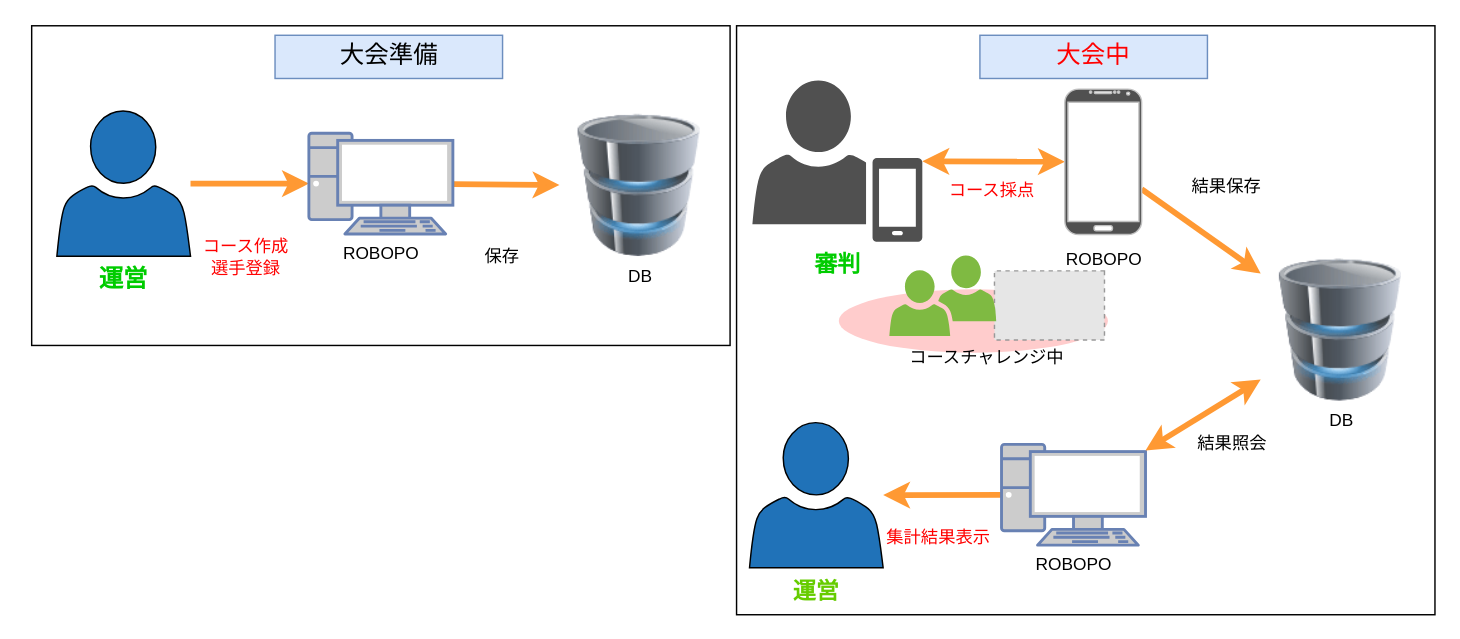
Earlier version of the draw.io diagram system.drawio (kazutan1230/docs). Source tidied: cells renumbered, new cells numbered last; positions are measured from the earlier drawing's top-left corner, leaving out a move shared by most shapes. Both pictures are drawn from the tidied source at 144%, with x=0, y=0 at pixel (32, 24). Pictures stored in the file or linked from it are replaced by grey dashed boxes.
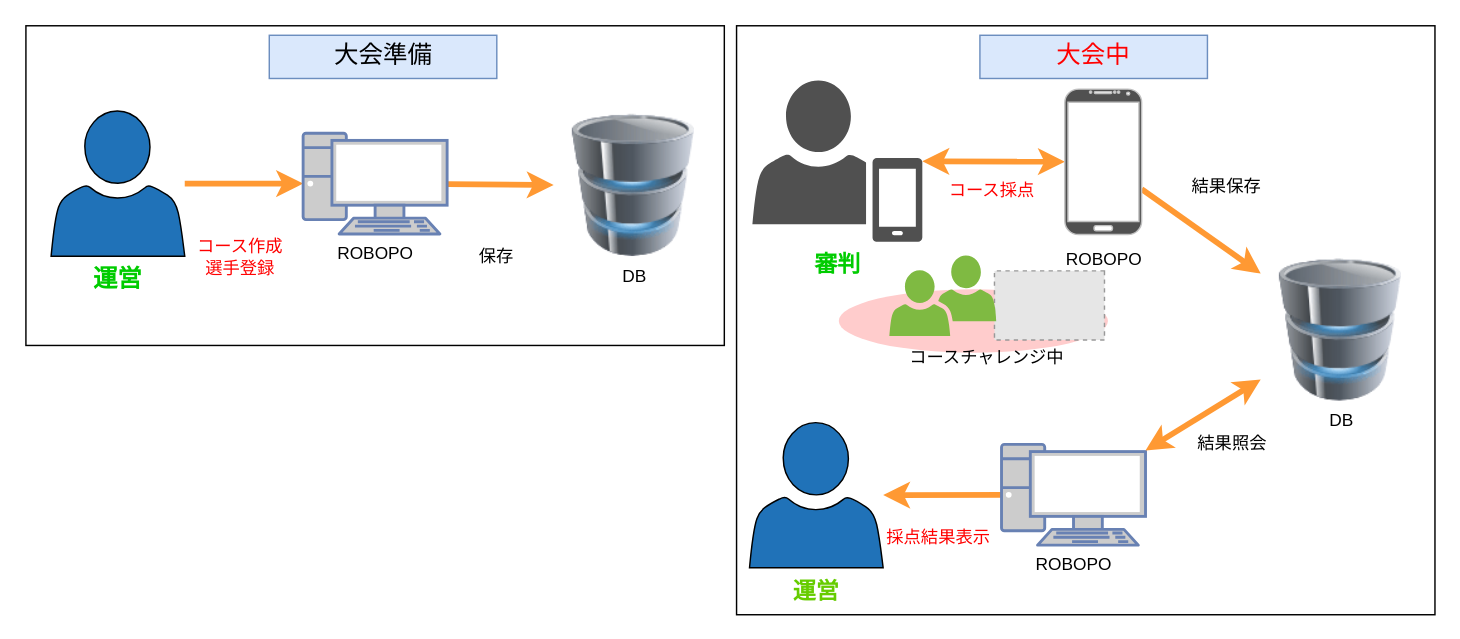
The same page after the edit.

Commit message:
コード変更の目的を明確にするためのコミットメッセージを作成しました

Change to the diagram source:
```diff
@@
     <mxCell id="3" style="rounded=0;whiteSpace=wrap;html=1;" parent="1" vertex="1">
-      <mxGeometry x="-0.5" y="0.4" width="485" height="222" as="geometry" />
+      <mxGeometry x="-4.5" y="0.4" width="485" height="222" as="geometry" />
     </mxCell>
     <mxCell id="4" style="edgeStyle=orthogonalEdgeStyle;rounded=0;orthogonalLoop=1;jettySize=auto;html=1;exitX=0.5;exitY=1;exitDx=0;exitDy=0;" parent="1" edge="1">
       <mxGeometry relative="1" as="geometry">
-        <mxPoint x="646.5" y="21.9" as="sourcePoint" />
-        <mxPoint x="646.5" y="21.9" as="targetPoint" />
+        <mxPoint x="642.5" y="21.9" as="sourcePoint" />
+        <mxPoint x="642.5" y="21.9" as="targetPoint" />
       </mxGeometry>
     </mxCell>
@@
     <mxCell id="7" value="&lt;b&gt;&lt;font color=&quot;#00cc00&quot; style=&quot;font-size: 17px;&quot;&gt;運営&lt;/font&gt;&lt;/b&gt;" style="sketch=0;shadow=0;dashed=0;html=1;strokeColor=default;labelPosition=center;verticalLabelPosition=bottom;verticalAlign=top;outlineConnect=0;align=center;shape=mxgraph.office.users.user;fillColor=#2072B8;fontFamily=Helvetica;fontSize=12;fontColor=default;fillStyle=auto;" parent="1" vertex="1">
-      <mxGeometry x="17" y="59.6" width="92.8" height="100.8" as="geometry" />
+      <mxGeometry x="13" y="59.6" width="92.8" height="100.8" as="geometry" />
     </mxCell>
@@
     <mxCell id="9" value="&lt;font color=&quot;#000000&quot;&gt;ROBOPO&lt;/font&gt;" style="fontColor=#0066CC;verticalAlign=top;verticalLabelPosition=bottom;labelPosition=center;align=center;html=1;outlineConnect=0;fillColor=#CCCCCC;strokeColor=#6881B3;gradientColor=none;gradientDirection=north;strokeWidth=2;shape=mxgraph.networks.pc;" parent="1" vertex="1">
-      <mxGeometry x="192" y="75" width="100" height="70" as="geometry" />
+      <mxGeometry x="188" y="75" width="100" height="70" as="geometry" />
     </mxCell>
     <mxCell id="10" value="大会準備" style="text;html=1;align=center;verticalAlign=middle;whiteSpace=wrap;rounded=0;fillColor=#dae8fc;strokeColor=#6c8ebf;fontSize=17;fontColor=#000000;" parent="1" vertex="1">
-      <mxGeometry x="168.5" y="7" width="158" height="30" as="geometry" />
+      <mxGeometry x="164.5" y="7" width="158" height="30" as="geometry" />
     </mxCell>
     <mxCell id="11" value="&lt;font color=&quot;#ff0000&quot;&gt;コース作成&lt;br&gt;選手登録&lt;/font&gt;" style="text;html=1;strokeColor=none;fillColor=none;align=center;verticalAlign=middle;whiteSpace=wrap;rounded=0;" parent="1" vertex="1">
-      <mxGeometry x="103.1" y="125" width="91" height="72" as="geometry" />
+      <mxGeometry x="99.1" y="125" width="91" height="72" as="geometry" />
     </mxCell>
     <mxCell id="12" value="DB" style="image;html=1;image=img/lib/clip_art/computers/Database_128x128.png;" parent="1" vertex="1">
-      <mxGeometry x="366" y="62" width="111" height="98.8" as="geometry" />
+      <mxGeometry x="362" y="62" width="111" height="98.8" as="geometry" />
     </mxCell>
@@
-    <mxCell id="17" value="&lt;font color=&quot;#ff0000&quot;&gt;集計結果表示&lt;/font&gt;" style="text;html=1;strokeColor=none;fillColor=none;align=center;verticalAlign=middle;whiteSpace=wrap;rounded=0;" parent="1" vertex="1">
+    <mxCell id="17" value="&lt;font color=&quot;#ff0000&quot;&gt;採点結果表示&lt;/font&gt;" style="text;html=1;strokeColor=none;fillColor=none;align=center;verticalAlign=middle;whiteSpace=wrap;rounded=0;" parent="1" vertex="1">
       <mxGeometry x="584.1" y="341.1" width="91" height="30.2" as="geometry" />
     </mxCell>
@@
     <mxCell id="20" value="保存" style="text;html=1;strokeColor=none;fillColor=none;align=center;verticalAlign=middle;whiteSpace=wrap;rounded=0;" parent="1" vertex="1">
-      <mxGeometry x="281" y="125" width="91" height="72" as="geometry" />
+      <mxGeometry x="277" y="125" width="91" height="72" as="geometry" />
     </mxCell>
```
